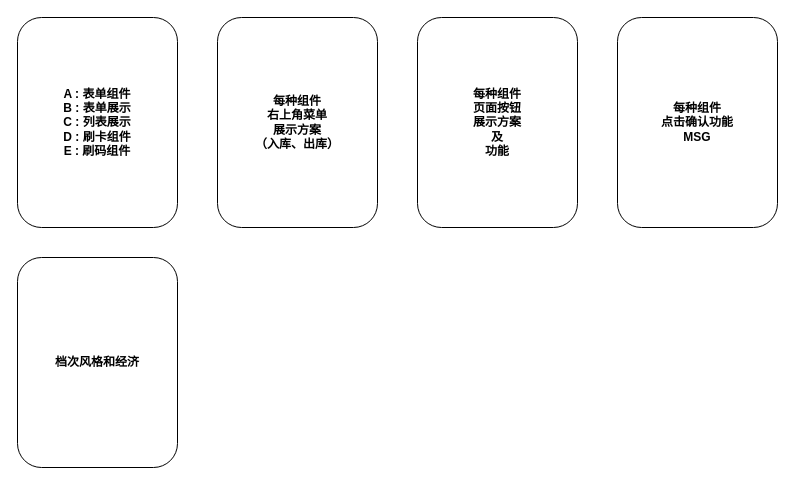
Earlier version of the draw.io diagram page "Page-4" (4 of 5) of Untitled Diagram.drawio (RuGxxx/Rug_home_Django). Source tidied: cells renumbered, new cells numbered last; positions are measured from the earlier drawing's top-left corner, leaving out a move shared by most shapes. Both pictures are drawn from the tidied source at 100%, with x=0, y=0 at pixel (17, 17).
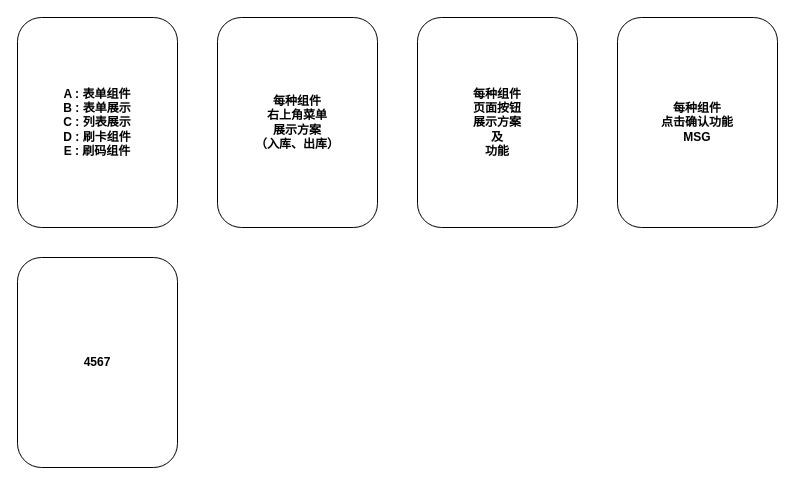
After the change.

The edit, as a diff of the source:
```diff
@@
 <mxGraphModel>
   <root>
     <mxCell id="0" />
     <mxCell id="1" parent="0" />
     <mxCell id="2" value="&lt;b&gt;A : 表单组件&lt;br&gt;B : 表单展示&lt;br&gt;C : 列表展示&lt;br&gt;D : 刷卡组件&lt;br&gt;E : 刷码组件&lt;br&gt;&lt;/b&gt;" style="rounded=1;whiteSpace=wrap;html=1;" parent="1" vertex="1">
       <mxGeometry width="160" height="210" as="geometry" />
     </mxCell>
     <mxCell id="3" value="每种组件&lt;br&gt;右上角菜单&lt;br&gt;展示方案&lt;br&gt;（入库、出库）" style="rounded=1;whiteSpace=wrap;html=1;fontStyle=1;" parent="1" vertex="1">
       <mxGeometry x="200" width="160" height="210" as="geometry" />
     </mxCell>
     <mxCell id="4" value="&lt;span&gt;每种组件&lt;/span&gt;&lt;br&gt;&lt;span&gt;页面按钮&lt;/span&gt;&lt;br&gt;&lt;span&gt;展示方案&lt;/span&gt;&lt;br&gt;及&lt;br&gt;功能" style="rounded=1;whiteSpace=wrap;html=1;fontStyle=1;" parent="1" vertex="1">
       <mxGeometry x="400" width="160" height="210" as="geometry" />
     </mxCell>
-    <mxCell id="5" value="档次风格和经济" style="rounded=1;whiteSpace=wrap;html=1;fontStyle=1;" parent="1" vertex="1">
+    <mxCell id="5" value="4567" style="rounded=1;whiteSpace=wrap;html=1;fontStyle=1;" parent="1" vertex="1">
       <mxGeometry y="240" width="160" height="210" as="geometry" />
     </mxCell>
     <mxCell id="6" value="&lt;span&gt;每种组件&lt;/span&gt;&lt;br&gt;点击确认功能&lt;br&gt;MSG" style="rounded=1;whiteSpace=wrap;html=1;fontStyle=1;" parent="1" vertex="1">
       <mxGeometry x="600" width="160" height="210" as="geometry" />
     </mxCell>
   </root>
 </mxGraphModel>
```
